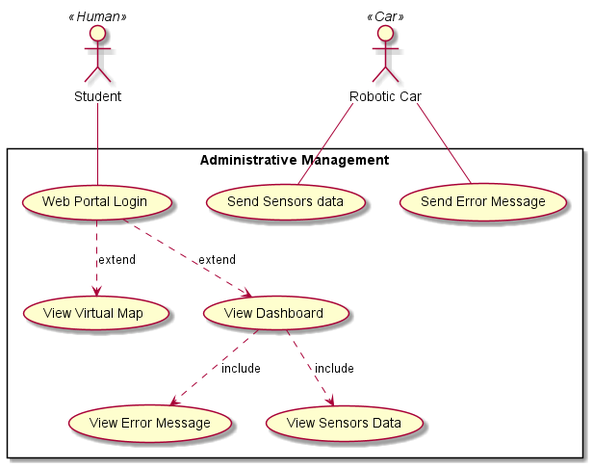
Before: Use-Case-Diagram - Adminstrative Management.png, a diagram exported from PlantUML (DanielFYJ/2101-2201-Project).
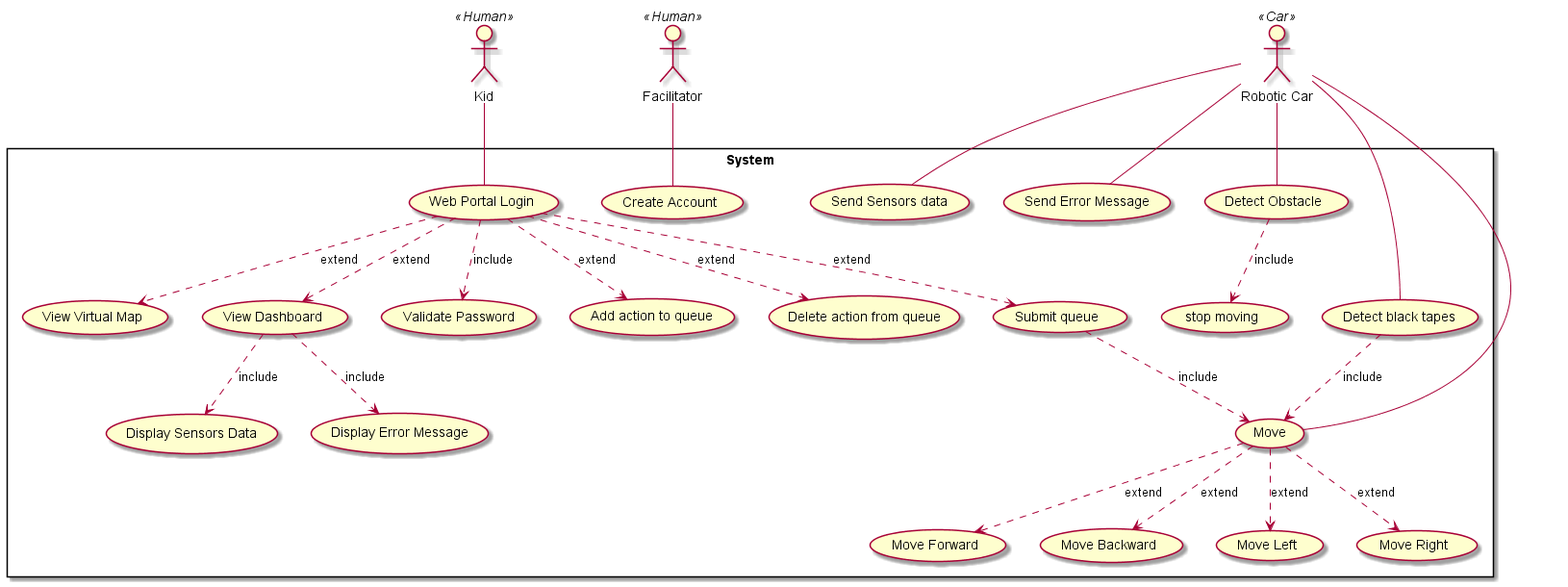
After the commit.

Diff of the diagram source:
```diff
@@ -1,22 +1,57 @@
 @startuml
-actor Student << Human>>
+actor Kid << Human>>
+actor "Facilitator" as Facil << Human>>
 actor "Robotic Car" as Car << Car>>
 
-rectangle "Administrative Management" {
+rectangle "System" {
     usecase "Web Portal Login" as UC1
-    usecase "View Error Message" as UC2
+    usecase "Display Error Message" as UC2
     usecase "View Virtual Map" as UC3
     usecase "View Dashboard" as UC4
     usecase "Send Sensors data" as UC5
     usecase "Send Error Message" as UC6
-    usecase "View Sensors Data" as UC7
+    usecase "Display Sensors Data" as UC7
+    usecase "Create Account" as UC17
+    usecase "Validate Password" as UC18
+
+    usecase "Add action to queue" as UC8
+    usecase "Delete action from queue" as UC9
+    usecase "Submit queue" as UC10
+
+    usecase "Move" as UC11
+    usecase "Move Forward" as UC12
+    usecase "Move Backward" as UC13
+    usecase "Move Left" as UC14
+    usecase "Move Right" as UC15
+    usecase "Detect Obstacle" as UC16
+    usecase "stop moving" as UC19
+    usecase "Detect black tapes" as UC20
 
 }
-    Student -- UC1
+    Kid -- UC1
+    Facil -- UC17
     Car -- UC6
     Car -- UC5
+    Car -- UC11
+    Car -- UC16
+    Car -- UC20
+
+    UC1 ..> UC18: include
     UC1 ..> UC4 : extend
     UC1 ..> UC3 : extend
     UC4 ..> UC7 : include
     UC4 ..> UC2 : include
+
+    UC1 ..> UC8 : extend
+    UC1 ..> UC9 : extend
+    UC1 ..> UC10 : extend
+
+    UC10 ..> UC11 : include
+    UC11 ..> UC12 : extend
+    UC11 ..> UC13 : extend
+    UC11 ..> UC14 : extend
+    UC11 ..> UC15 : extend
+    UC16 ..> UC19 : include
+    UC20 ..> UC11 : include
+
 @enduml
```
